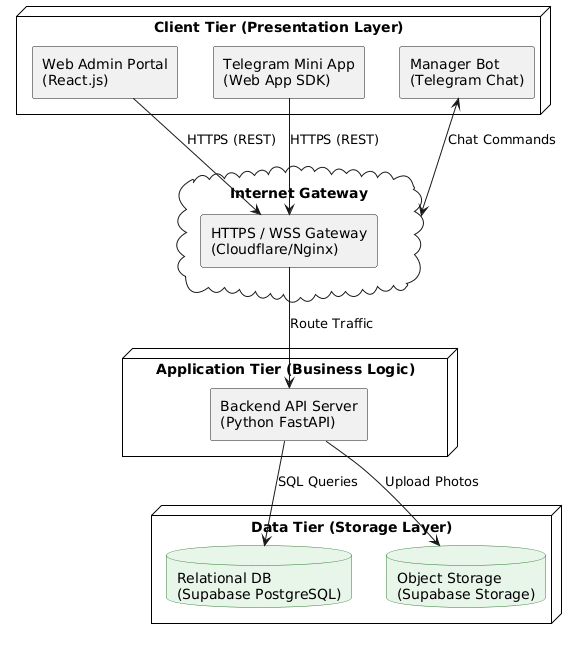
Earlier version of the PlantUML export uml/images/01_system_architecture.png (asn95/desktop-tutorial). Its source is kept beside it as uml/01_system_architecture.puml. Its diagram source:
```plantuml
@startuml
skinparam componentStyle rectangle
skinparam defaultFontName Arial
skinparam node {
    BackgroundColor White
    BorderColor Black
}
skinparam database {
    BackgroundColor #E8F5E9
    BorderColor #2E7D32
}

node "Client Tier (Presentation Layer)" {
    component "Web Admin Portal\n(React.js)" as web
    component "Telegram Mini App\n(Web App SDK)" as miniapp
    component "Manager Bot\n(Telegram Chat)" as botchat
}

cloud "Internet Gateway" as gateway {
    component "HTTPS / WSS Gateway\n(Cloudflare/Nginx)" as lb
}

node "Application Tier (Business Logic)" {
    component "Backend API Server\n(Python FastAPI)" as api
}

node "Data Tier (Storage Layer)" {
    database "Relational DB\n(Supabase PostgreSQL)" as db
    database "Object Storage\n(Supabase Storage)" as storage
}

web --> lb : HTTPS (REST)
miniapp --> lb : HTTPS (REST)
botchat <--> gateway : Chat Commands
lb --> api : Route Traffic
api --> db : SQL Queries
api --> storage : Upload Photos
@enduml
```
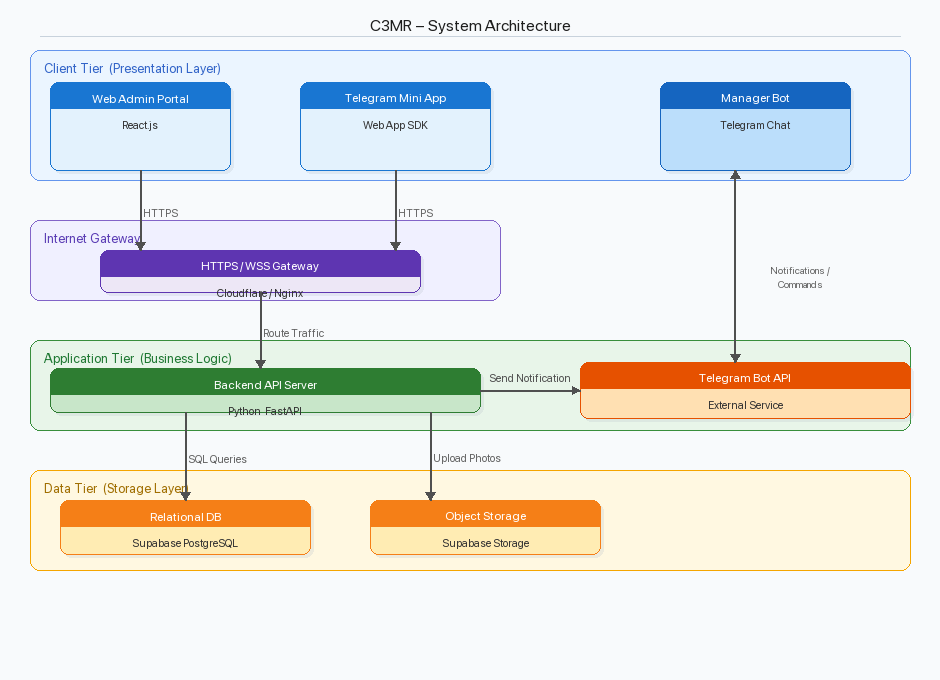
Above is the later version.

The edit, as a diff of the source:
```diff
@@ -16,9 +16,11 @@
     component "Manager Bot\n(Telegram Chat)" as botchat
 }
 
-cloud "Internet Gateway" as gateway {
+cloud "Internet Gateway" {
     component "HTTPS / WSS Gateway\n(Cloudflare/Nginx)" as lb
 }
+
+cloud "Telegram Bot API (External)" as tgapi
 
 node "Application Tier (Business Logic)" {
     component "Backend API Server\n(Python FastAPI)" as api
@@ -31,8 +33,9 @@
 
 web --> lb : HTTPS (REST)
 miniapp --> lb : HTTPS (REST)
-botchat <--> gateway : Chat Commands
+botchat <--> tgapi : Notifications /\nCommands
 lb --> api : Route Traffic
 api --> db : SQL Queries
 api --> storage : Upload Photos
+api --> tgapi : Send Notification
 @enduml
```
